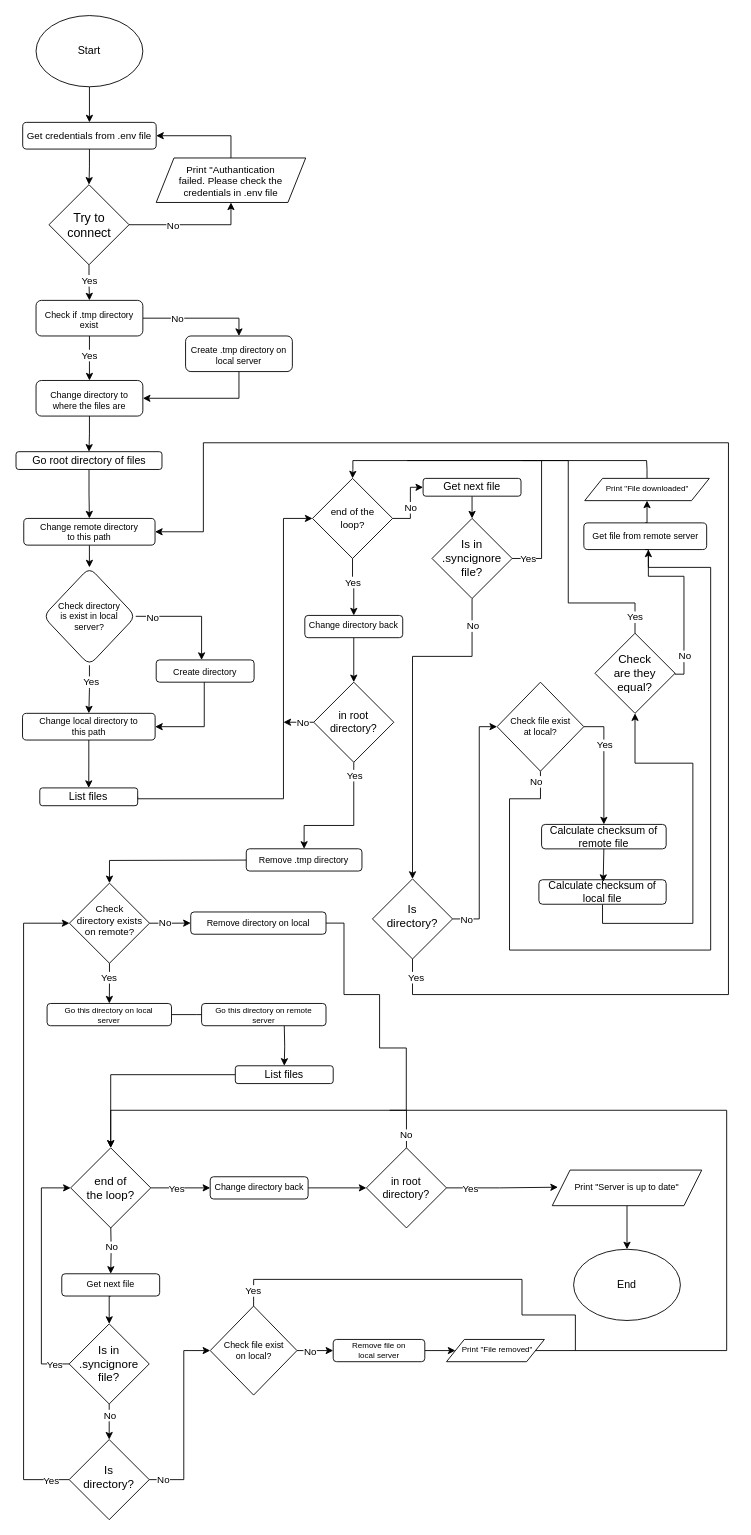
Above: sync.drawio in melihkaragoz/docs (draw.io), before the change. Source tidied: cells renumbered, new cells numbered last; positions are measured from the earlier drawing's top-left corner, leaving out a move shared by most shapes. Both pictures are drawn from the tidied source at 89%, with x=0, y=0 at pixel (16, 15).
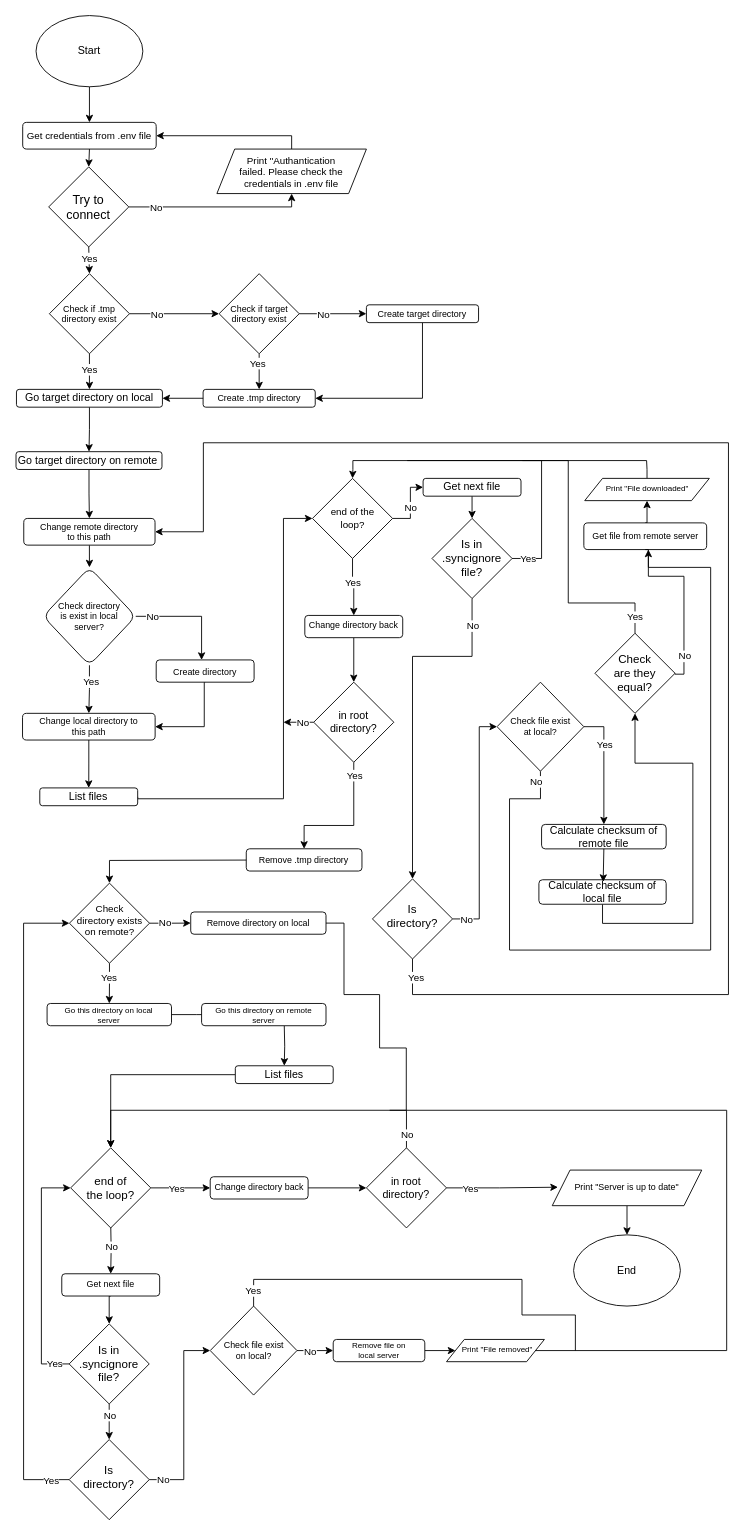
The same page after the edit.

Unchanged cells that the change refers to:
```xml
<mxCell id="5" value="Get credentials from .env file" style="rounded=1;whiteSpace=wrap;html=1;fontSize=11;glass=0;strokeWidth=1;shadow=0;" parent="1" vertex="1">
  <mxGeometry x="7" y="120" width="150" height="30" as="geometry" />
</mxCell>
<mxCell id="57" style="edgeStyle=orthogonalEdgeStyle;rounded=0;jettySize=auto;html=1;" parent="1" edge="1" source="59" target="61">
  <mxGeometry relative="1" as="geometry">
    <Array as="points">
      <mxPoint x="208" y="675" />
    </Array>
  </mxGeometry>
</mxCell>
<mxCell id="95" style="edgeStyle=orthogonalEdgeStyle;rounded=0;jettySize=auto;html=1;exitX=0;exitY=0.5;exitDx=0;exitDy=0;entryX=0;entryY=0.5;entryDx=0;entryDy=0;" parent="1" edge="1" source="97" target="115">
  <mxGeometry relative="1" as="geometry">
    <Array as="points">
      <mxPoint x="28" y="1515" />
      <mxPoint x="28" y="1317" />
    </Array>
  </mxGeometry>
</mxCell>
<mxCell id="118" style="edgeStyle=orthogonalEdgeStyle;rounded=0;jettySize=auto;html=1;exitX=0.5;exitY=0;exitDx=0;exitDy=0;entryX=0.5;entryY=0;entryDx=0;entryDy=0;" parent="1" edge="1" source="120" target="115">
  <mxGeometry relative="1" as="geometry">
    <Array as="points">
      <mxPoint x="438" y="1230" />
      <mxPoint x="106" y="1230" />
    </Array>
  </mxGeometry>
</mxCell>
```

Diff of the diagram source:
```diff
@@
     <mxCell id="6" style="edgeStyle=orthogonalEdgeStyle;rounded=0;jettySize=auto;html=1;exitX=1;exitY=0.5;exitDx=0;exitDy=0;entryX=0.5;entryY=1;entryDx=0;entryDy=0;" parent="1" edge="1" source="10" target="12">
-      <mxGeometry relative="1" as="geometry" />
+      <mxGeometry relative="1" as="geometry">
+        <Array as="points">
+          <mxPoint x="309" y="215" />
+        </Array>
+      </mxGeometry>
     </mxCell>
     <mxCell id="7" value="No" style="edgeLabel;html=1;align=center;verticalAlign=middle;" parent="6" vertex="1">
       <mxGeometry x="0.01" relative="1" as="geometry">
-        <mxPoint x="-21" as="offset" />
+        <mxPoint x="-70" as="offset" />
       </mxGeometry>
     </mxCell>
@@
     <mxCell id="10" value="Try to connect" style="rhombus;whiteSpace=wrap;html=1;fontSize=14;" parent="1" vertex="1">
-      <mxGeometry x="36.5" y="190" width="90" height="90" as="geometry" />
+      <mxGeometry x="36.2" y="170" width="90" height="90" as="geometry" />
     </mxCell>
     <mxCell id="11" style="edgeStyle=orthogonalEdgeStyle;rounded=0;jettySize=auto;html=1;exitX=0.5;exitY=0;exitDx=0;exitDy=0;entryX=1;entryY=0.5;entryDx=0;entryDy=0;" parent="1" edge="1" source="12" target="5">
-      <mxGeometry relative="1" as="geometry" />
+      <mxGeometry relative="1" as="geometry">
+        <Array as="points">
+          <mxPoint x="309" y="135" />
+        </Array>
+      </mxGeometry>
     </mxCell>
     <mxCell id="12" value="Print &quot;Authantication failed. Please check the credentials in .env file" style="shape=parallelogram;perimeter=parallelogramPerimeter;fixedSize=1;align=center;fontSize=11;verticalAlign=middle;whiteSpace=wrap;html=1;fontFamily=Helvetica;fontStyle=0;spacingTop=2;spacing=21;" parent="1" vertex="1">
-      <mxGeometry x="157" y="160" width="168" height="50" as="geometry" />
+      <mxGeometry x="225.2" y="150" width="168" height="50" as="geometry" />
     </mxCell>
-    <mxCell id="13" style="edgeStyle=orthogonalEdgeStyle;rounded=0;jettySize=auto;html=1;exitX=0.5;exitY=1;exitDx=0;exitDy=0;entryX=0.5;entryY=0;entryDx=0;entryDy=0;" parent="1" edge="1" source="14" target="16">
-      <mxGeometry relative="1" as="geometry" />
-    </mxCell>
-    <mxCell id="14" value="Change directory to where the files are" style="rounded=1;whiteSpace=wrap;html=1;fontSize=10;glass=0;strokeWidth=1;shadow=0;spacingTop=4;spacing=5;" parent="1" vertex="1">
-      <mxGeometry x="22" y="410" width="120" height="40" as="geometry" />
-    </mxCell>
@@
-    <mxCell id="16" value="Go root directory of files" style="rounded=1;whiteSpace=wrap;html=1;fontSize=12;glass=0;strokeWidth=1;shadow=0;" parent="1" vertex="1">
+    <mxCell id="16" value="Go target directory on remote&amp;nbsp;" style="rounded=1;whiteSpace=wrap;html=1;fontSize=12;glass=0;strokeWidth=1;shadow=0;" parent="1" vertex="1">
       <mxGeometry x="-0.5" y="490" width="164" height="20" as="geometry" />
     </mxCell>
@@
     <mxCell id="21" value="End" style="ellipse;whiteSpace=wrap;html=1;" parent="1" vertex="1">
-      <mxGeometry x="626" y="1386.2" width="120" height="80" as="geometry" />
+      <mxGeometry x="626" y="1370" width="120" height="80" as="geometry" />
     </mxCell>
@@
-    <mxCell id="43" style="edgeStyle=orthogonalEdgeStyle;rounded=0;jettySize=auto;html=1;exitX=1;exitY=0.5;exitDx=0;exitDy=0;entryX=0.5;entryY=0;entryDx=0;entryDy=0;" parent="1" edge="1" source="47" target="49">
+    <mxCell id="43" style="edgeStyle=orthogonalEdgeStyle;rounded=0;jettySize=auto;html=1;exitX=1;exitY=0.5;exitDx=0;exitDy=0;entryX=0;entryY=0.5;entryDx=0;entryDy=0;" parent="1" edge="1" source="47" target="136">
       <mxGeometry relative="1" as="geometry" />
     </mxCell>
     <mxCell id="44" value="No" style="edgeLabel;html=1;align=center;verticalAlign=middle;" parent="43" vertex="1">
       <mxGeometry x="-0.04" y="-1" relative="1" as="geometry">
-        <mxPoint x="-23" y="-1" as="offset" />
+        <mxPoint x="-18" y="-1" as="offset" />
       </mxGeometry>
     </mxCell>
-    <mxCell id="45" style="edgeStyle=orthogonalEdgeStyle;rounded=0;jettySize=auto;html=1;exitX=0.5;exitY=1;exitDx=0;exitDy=0;entryX=0.5;entryY=0;entryDx=0;entryDy=0;" parent="1" edge="1" source="47" target="14">
+    <mxCell id="45" style="edgeStyle=orthogonalEdgeStyle;rounded=0;jettySize=auto;html=1;exitX=0.5;exitY=1;exitDx=0;exitDy=0;entryX=0.5;entryY=0;entryDx=0;entryDy=0;" parent="1" edge="1" source="47" target="131">
       <mxGeometry relative="1" as="geometry" />
     </mxCell>
@@
-    <mxCell id="47" value="Check if .tmp directory exist" style="rounded=1;whiteSpace=wrap;html=1;fontSize=10;glass=0;strokeWidth=1;shadow=0;spacingTop=4;spacing=5;" parent="1" vertex="1">
-      <mxGeometry x="22" y="320" width="120" height="40" as="geometry" />
-    </mxCell>
-    <mxCell id="48" style="edgeStyle=orthogonalEdgeStyle;rounded=0;jettySize=auto;html=1;exitX=0.5;exitY=1;exitDx=0;exitDy=0;entryX=1;entryY=0.5;entryDx=0;entryDy=0;" parent="1" edge="1" source="49" target="14">
+    <mxCell id="48" style="edgeStyle=orthogonalEdgeStyle;rounded=0;jettySize=auto;html=1;exitX=0;exitY=0.5;exitDx=0;exitDy=0;entryX=1;entryY=0.5;entryDx=0;entryDy=0;" parent="1" edge="1" source="139" target="131">
       <mxGeometry relative="1" as="geometry">
         <Array as="points">
-          <mxPoint x="250" y="430" />
+          <mxPoint x="288" y="430" />
+          <mxPoint x="288" y="430" />
         </Array>
       </mxGeometry>
     </mxCell>
-    <mxCell id="49" value="Create .tmp directory on local server" style="rounded=1;whiteSpace=wrap;html=1;fontSize=10;glass=0;strokeWidth=1;shadow=0;spacingTop=4;spacing=5;" parent="1" vertex="1">
-      <mxGeometry x="190" y="360" width="120" height="40" as="geometry" />
-    </mxCell>
@@
     <mxCell id="58" value="No" style="edgeLabel;html=1;align=center;verticalAlign=middle;" parent="57" vertex="1">
       <mxGeometry x="-0.26" y="-2" relative="1" as="geometry">
-        <mxPoint x="-28" y="-1" as="offset" />
+        <mxPoint x="-28" y="-2" as="offset" />
       </mxGeometry>
     </mxCell>
@@
     <mxCell id="96" value="Yes" style="edgeLabel;html=1;align=center;verticalAlign=middle;" parent="95" vertex="1">
       <mxGeometry x="-0.82" y="-1" relative="1" as="geometry">
-        <mxPoint x="7" y="1" as="offset" />
+        <mxPoint x="7" as="offset" />
       </mxGeometry>
     </mxCell>
@@
     <mxCell id="119" value="No" style="edgeLabel;html=1;align=center;verticalAlign=middle;" parent="118" vertex="1">
       <mxGeometry x="-0.91" y="2" relative="1" as="geometry">
-        <mxPoint x="1" y="4" as="offset" />
+        <mxPoint x="2" y="4" as="offset" />
       </mxGeometry>
     </mxCell>
@@
+    <mxCell id="130" style="edgeStyle=orthogonalEdgeStyle;rounded=0;jettySize=auto;html=1;exitX=0.5;exitY=1;exitDx=0;exitDy=0;entryX=0.5;entryY=0;entryDx=0;entryDy=0;" parent="1" edge="1" source="131" target="16">
+      <mxGeometry relative="1" as="geometry" />
+    </mxCell>
+    <mxCell id="131" value="Go target directory on local" style="rounded=1;whiteSpace=wrap;html=1;fontSize=12;glass=0;strokeWidth=1;shadow=0;" parent="1" vertex="1">
+      <mxGeometry y="420" width="164" height="20" as="geometry" />
+    </mxCell>
+    <mxCell id="47" value="Check if .tmp directory exist" style="rhombus;whiteSpace=wrap;html=1;fontSize=10;" parent="1" vertex="1">
+      <mxGeometry x="37" y="290" width="90" height="90" as="geometry" />
+    </mxCell>
+    <mxCell id="132" style="edgeStyle=orthogonalEdgeStyle;rounded=0;jettySize=auto;html=1;exitX=1;exitY=0.5;exitDx=0;exitDy=0;entryX=0;entryY=0.5;entryDx=0;entryDy=0;" parent="1" edge="1" source="136" target="138">
+      <mxGeometry relative="1" as="geometry" />
+    </mxCell>
+    <mxCell id="133" value="No" style="edgeLabel;html=1;align=center;verticalAlign=middle;" parent="132" vertex="1">
+      <mxGeometry x="-0.29" relative="1" as="geometry" />
+    </mxCell>
+    <mxCell id="134" style="edgeStyle=orthogonalEdgeStyle;rounded=0;jettySize=auto;html=1;exitX=0.5;exitY=1;exitDx=0;exitDy=0;entryX=0.5;entryY=0;entryDx=0;entryDy=0;" parent="1" edge="1" source="136" target="139">
+      <mxGeometry relative="1" as="geometry" />
+    </mxCell>
+    <mxCell id="135" value="Yes" style="edgeLabel;html=1;align=center;verticalAlign=middle;" parent="134" vertex="1">
+      <mxGeometry x="-0.52" y="-2" relative="1" as="geometry" />
+    </mxCell>
+    <mxCell id="136" value="Check if target directory exist" style="rhombus;whiteSpace=wrap;html=1;fontSize=10;" parent="1" vertex="1">
+      <mxGeometry x="227.7" y="290" width="90" height="90" as="geometry" />
+    </mxCell>
+    <mxCell id="137" style="edgeStyle=orthogonalEdgeStyle;rounded=0;jettySize=auto;html=1;exitX=0.5;exitY=1;exitDx=0;exitDy=0;entryX=1;entryY=0.5;entryDx=0;entryDy=0;" parent="1" edge="1" source="138" target="139">
+      <mxGeometry relative="1" as="geometry" />
+    </mxCell>
+    <mxCell id="138" value="Create target directory" style="rounded=1;whiteSpace=wrap;html=1;fontSize=10;glass=0;strokeWidth=1;shadow=0;" parent="1" vertex="1">
+      <mxGeometry x="393.2" y="325" width="126" height="20" as="geometry" />
+    </mxCell>
+    <mxCell id="139" value="Create .tmp directory" style="rounded=1;whiteSpace=wrap;html=1;fontSize=10;glass=0;strokeWidth=1;shadow=0;" parent="1" vertex="1">
+      <mxGeometry x="209.7" y="420" width="126" height="20" as="geometry" />
+    </mxCell>
```
